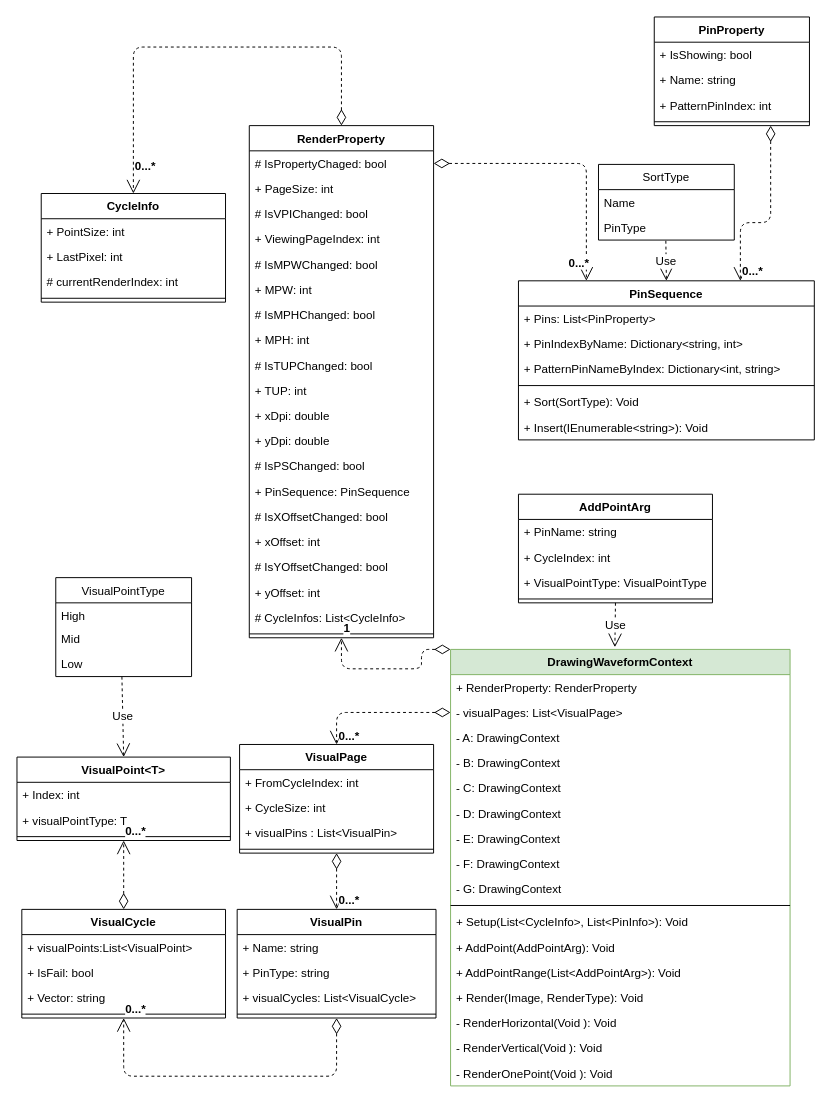
Jasson-Chou/Software-Projects keeps this draw.io diagram as page "WF Class Diagram" (3 of 4) of SG9KG5/Waveform.drawio. Above is the earlier version. Source tidied: cells renumbered, new cells numbered last; positions are measured from the earlier drawing's top-left corner, leaving out a move shared by most shapes. Both pictures are drawn from the tidied source at 97%, with x=0, y=0 at pixel (-25, 16).
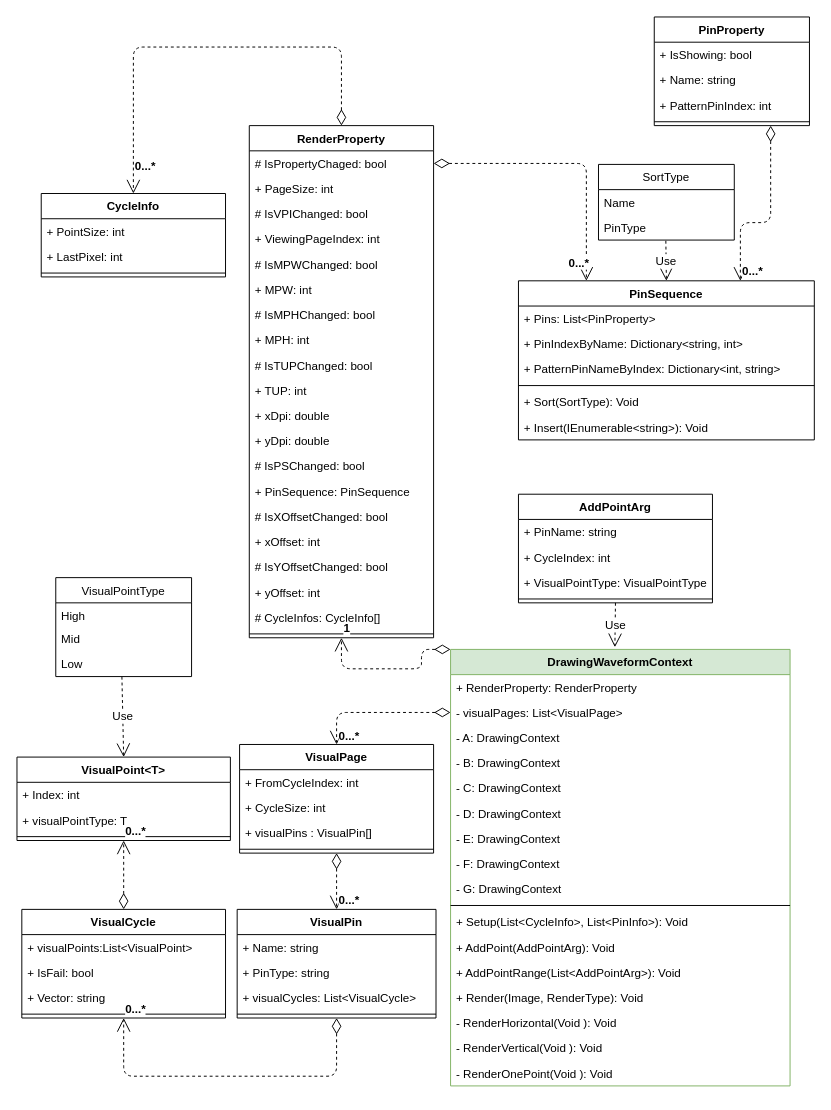
The same page after the edit.

Unchanged cells that the change refers to:
```xml
<mxCell id="20" value="VisualPage" style="swimlane;fontStyle=1;align=center;verticalAlign=top;horizontal=1;startSize=26;" parent="1" vertex="1">
  <mxGeometry x="272.5" y="750" width="200" height="112" as="geometry" />
</mxCell>
<mxCell id="44" value="RenderProperty" style="swimlane;fontStyle=1;align=center;verticalAlign=top;horizontal=1;startSize=26;" parent="1" vertex="1">
  <mxGeometry x="282.5" y="112" width="190" height="528" as="geometry" />
</mxCell>
```

The edit, as a diff of the source:
```diff
@@
-    <mxCell id="23" value="+ visualPins : List&lt;VisualPin&gt;" style="text;strokeColor=none;fillColor=none;align=left;verticalAlign=top;spacingLeft=4;spacingRight=4;overflow=hidden;" parent="20" vertex="1">
+    <mxCell id="23" value="+ visualPins : VisualPin[]" style="text;strokeColor=none;fillColor=none;align=left;verticalAlign=top;spacingLeft=4;spacingRight=4;overflow=hidden;" parent="20" vertex="1">
       <mxGeometry y="78" width="200" height="26" as="geometry" />
     </mxCell>
@@
     <mxCell id="39" value="CycleInfo" style="swimlane;fontStyle=1;align=center;verticalAlign=top;horizontal=1;startSize=26;" parent="1" vertex="1">
-      <mxGeometry x="68" y="182" width="190" height="112" as="geometry" />
+      <mxGeometry x="68" y="182" width="190" height="86" as="geometry" />
     </mxCell>
@@
-    <mxCell id="42" value="# currentRenderIndex: int" style="text;strokeColor=none;fillColor=none;align=left;verticalAlign=top;spacingLeft=4;spacingRight=4;overflow=hidden;fontSize=12;" parent="39" vertex="1">
-      <mxGeometry y="78" width="190" height="26" as="geometry" />
-    </mxCell>
     <mxCell id="43" style="line;strokeWidth=1;fillColor=none;align=left;verticalAlign=middle;spacingTop=-1;spacingLeft=3;spacingRight=3;labelPosition=right;" parent="39" vertex="1">
-      <mxGeometry y="104" width="190" height="8" as="geometry" />
+      <mxGeometry y="78" width="190" height="8" as="geometry" />
     </mxCell>
@@
-    <mxCell id="63" value="# CycleInfos: List&lt;CycleInfo&gt;" style="text;strokeColor=none;fillColor=none;align=left;verticalAlign=top;spacingLeft=4;spacingRight=4;overflow=hidden;fontSize=12;" parent="44" vertex="1">
+    <mxCell id="63" value="# CycleInfos: CycleInfo[]" style="text;strokeColor=none;fillColor=none;align=left;verticalAlign=top;spacingLeft=4;spacingRight=4;overflow=hidden;fontSize=12;" parent="44" vertex="1">
       <mxGeometry y="494" width="190" height="26" as="geometry" />
     </mxCell>
```
